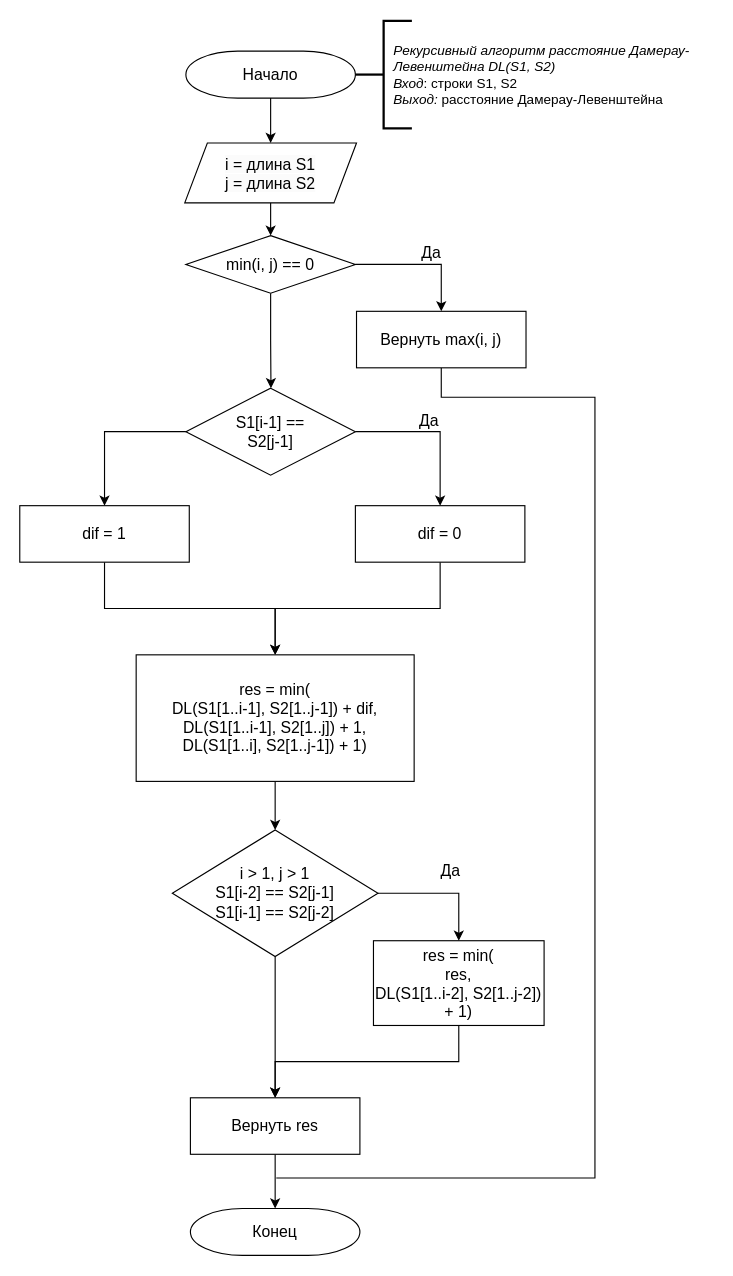
The draw.io diagram page "Д.-Л. рек." (3 of 5) of lab_01/report/schemes/algorithms.drawio in mshsvnv/AlgorithmAnalysis, before the edit. Source tidied: cells renumbered, new cells numbered last; positions are measured from the earlier drawing's top-left corner, leaving out a move shared by most shapes. Both pictures are drawn from the tidied source at 113%, with x=0, y=0 at pixel (19, 20).
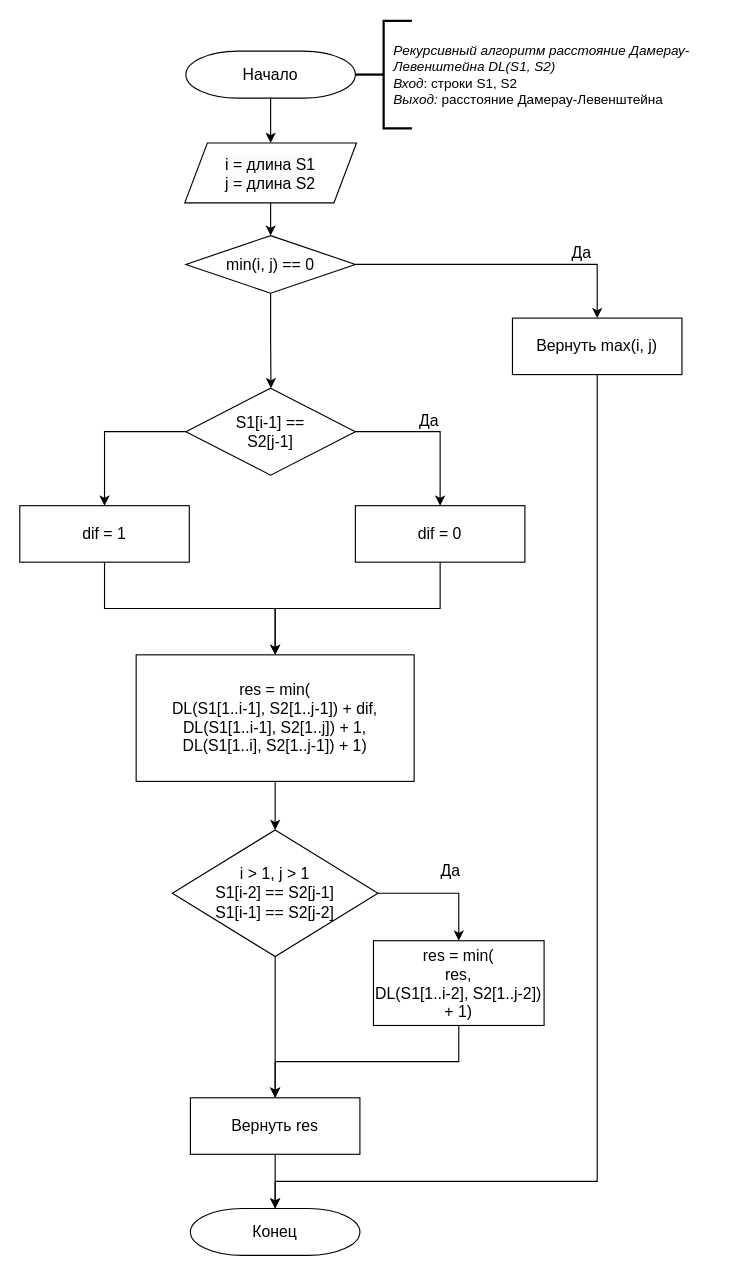
The same diagram, later.

Unchanged cells that the change refers to:
```xml
<mxCell id="8" style="edgeStyle=orthogonalEdgeStyle;rounded=0;jettySize=auto;html=1;exitX=1;exitY=0.5;exitDx=0;exitDy=0;exitPerimeter=0;" parent="1" edge="1" source="11" target="13">
  <mxGeometry relative="1" as="geometry" />
</mxCell>
<mxCell id="28" value="&lt;span style=&quot;font-size: 14px;&quot;&gt;Конец&lt;/span&gt;" style="strokeWidth=1;html=1;shape=mxgraph.flowchart.terminator;whiteSpace=wrap;" parent="1" vertex="1">
  <mxGeometry x="151" y="1051" width="150" height="41.5" as="geometry" />
</mxCell>
```

Diff of the diagram source:
```diff
@@
     <mxCell id="9" value="&lt;font style=&quot;font-size: 14px;&quot;&gt;Да&lt;/font&gt;" style="edgeLabel;html=1;align=center;verticalAlign=middle;" parent="8" vertex="1">
       <mxGeometry x="0.06" y="3" relative="1" as="geometry">
-        <mxPoint x="4" y="-8" as="offset" />
+        <mxPoint x="60" y="-8" as="offset" />
       </mxGeometry>
     </mxCell>
@@
-    <mxCell id="12" style="edgeStyle=orthogonalEdgeStyle;rounded=0;jettySize=auto;html=1;exitX=0.5;exitY=1;exitDx=0;exitDy=0;endArrow=none;endFill=0;" parent="1" edge="1" source="13">
-      <mxGeometry relative="1" as="geometry">
-        <mxPoint x="227" y="1024" as="targetPoint" />
-        <Array as="points">
-          <mxPoint x="373" y="333" />
-          <mxPoint x="509" y="333" />
-          <mxPoint x="509" y="1024" />
-        </Array>
-      </mxGeometry>
-    </mxCell>
+    <mxCell id="33" style="edgeStyle=orthogonalEdgeStyle;rounded=0;hachureGap=4;jettySize=auto;html=1;exitX=0.5;exitY=1;exitDx=0;exitDy=0;fontFamily=Architects Daughter;fontSize=16;entryX=0.5;entryY=0;entryDx=0;entryDy=0;entryPerimeter=0;" parent="1" edge="1" source="13" target="28">
+      <mxGeometry relative="1" as="geometry">
+        <Array as="points">
+          <mxPoint x="511" y="1027" />
+          <mxPoint x="226" y="1027" />
+        </Array>
+      </mxGeometry>
+    </mxCell>
     <mxCell id="13" value="&lt;span style=&quot;font-size: 14px;&quot;&gt;Вернуть max&lt;/span&gt;&lt;font style=&quot;font-size: 14px;&quot;&gt;(i, j)&lt;/font&gt;" style="rounded=0;whiteSpace=wrap;html=1;absoluteArcSize=1;arcSize=14;strokeWidth=1;" parent="1" vertex="1">
-      <mxGeometry x="298" y="257" width="150" height="50" as="geometry" />
+      <mxGeometry x="436" y="263" width="150" height="50" as="geometry" />
     </mxCell>
```
